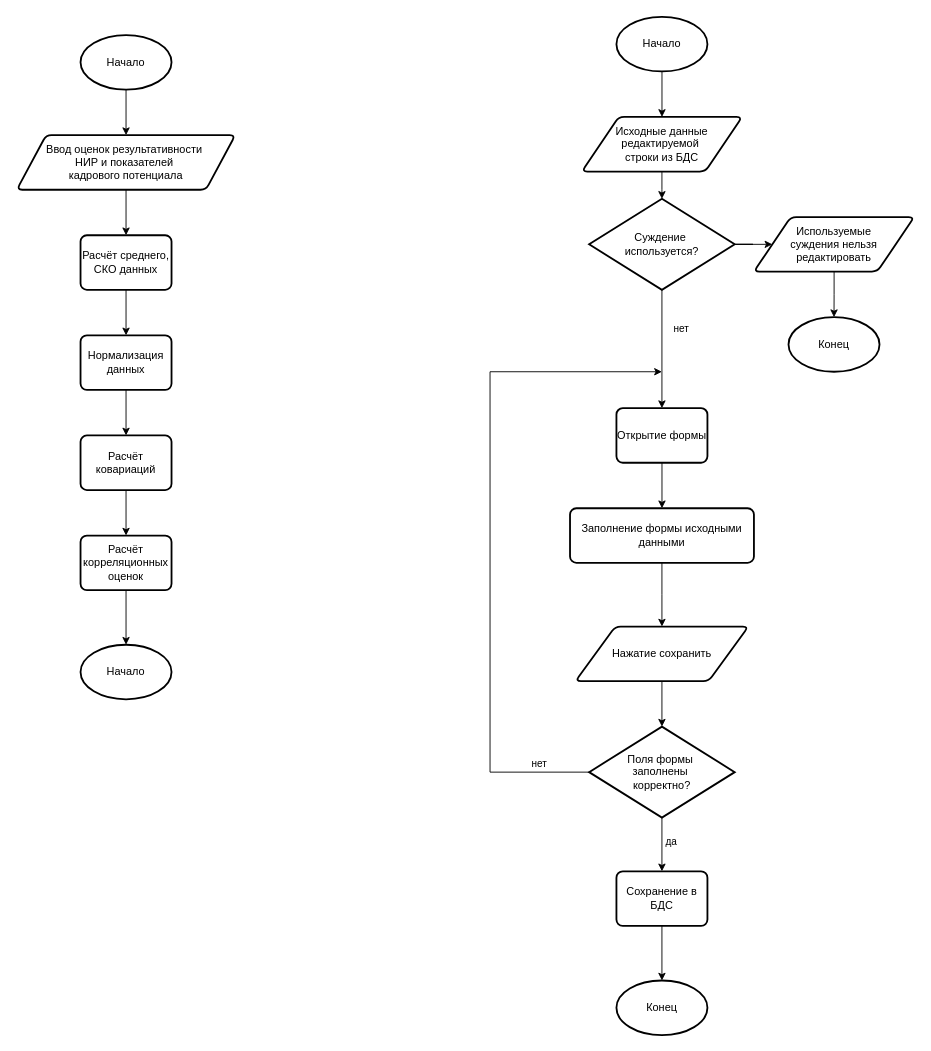
The draw.io diagram Михайловский/Алгоритм 5.2г/Блок-схемы.drawio in ZOaZOaZoa/SPPR, before the edit. Source tidied: cells renumbered, new cells numbered last; positions are measured from the earlier drawing's top-left corner, leaving out a move shared by most shapes. Both pictures are drawn from the tidied source at 91%, with x=0, y=0 at pixel (16, 16).
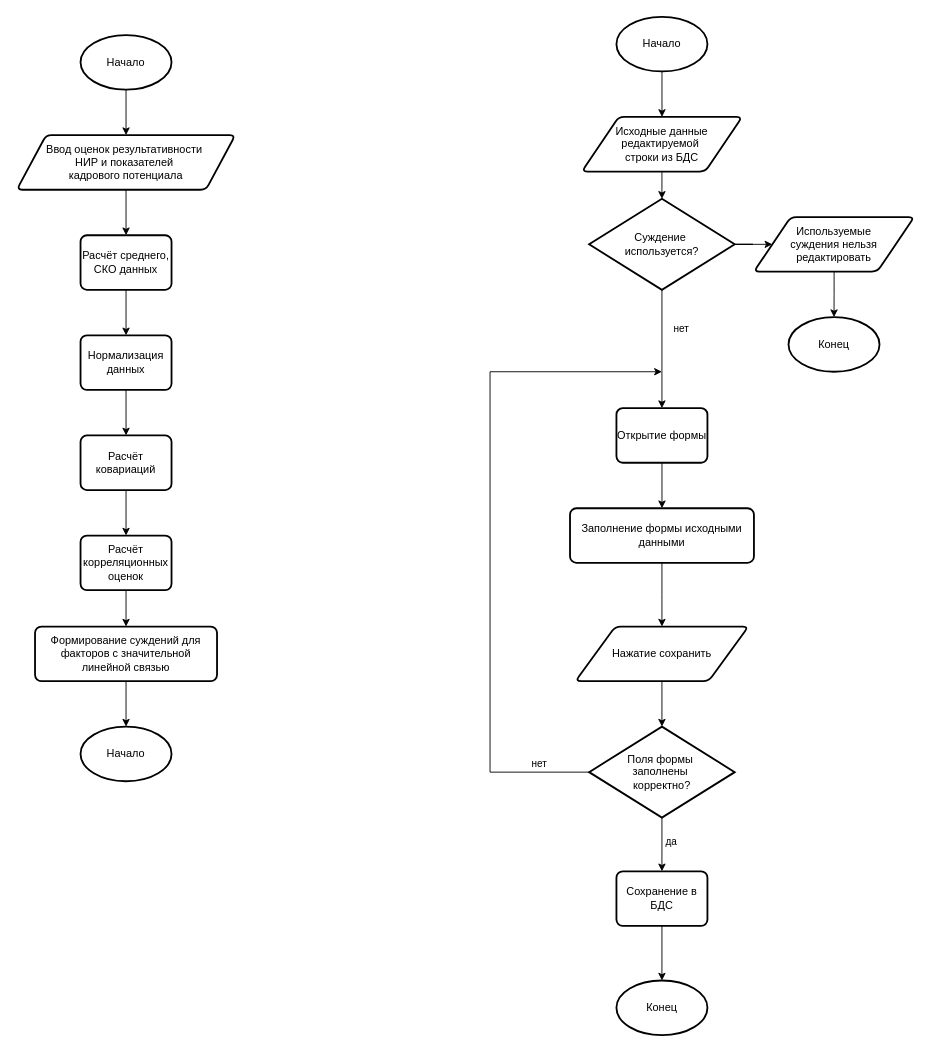
Above is the later version.

Unchanged cells that the change refers to:
```xml
<mxCell id="38" value="Расчёт корреляционных оценок" style="rounded=1;whiteSpace=wrap;html=1;absoluteArcSize=1;arcSize=14;strokeWidth=2;" parent="1" vertex="1">
  <mxGeometry x="70" y="570" width="100" height="60" as="geometry" />
</mxCell>
```

Change to the diagram source:
```diff
@@
-    <mxCell id="37" style="edgeStyle=orthogonalEdgeStyle;rounded=0;jettySize=auto;html=1;" parent="1" edge="1" source="38" target="39">
-      <mxGeometry relative="1" as="geometry" />
-    </mxCell>
+    <mxCell id="40" style="edgeStyle=orthogonalEdgeStyle;rounded=0;jettySize=auto;html=1;entryX=0.5;entryY=0;entryDx=0;entryDy=0;" parent="1" edge="1" source="38" target="41">
+      <mxGeometry relative="1" as="geometry" />
+    </mxCell>
@@
     <mxCell id="39" value="Начало" style="strokeWidth=2;html=1;shape=mxgraph.flowchart.start_1;whiteSpace=wrap;" parent="1" vertex="1">
-      <mxGeometry x="70" y="690" width="100" height="60" as="geometry" />
+      <mxGeometry x="70" y="780" width="100" height="60" as="geometry" />
     </mxCell>
+    <mxCell id="41" value="Формирование суждений для факторов с значительной линейной связью" style="rounded=1;whiteSpace=wrap;html=1;absoluteArcSize=1;arcSize=14;strokeWidth=2;" parent="1" vertex="1">
+      <mxGeometry x="20" y="670" width="200" height="60" as="geometry" />
+    </mxCell>
+    <mxCell id="42" style="edgeStyle=orthogonalEdgeStyle;rounded=0;jettySize=auto;html=1;entryX=0.5;entryY=0;entryDx=0;entryDy=0;entryPerimeter=0;" parent="1" edge="1" source="41" target="39">
+      <mxGeometry relative="1" as="geometry" />
+    </mxCell>
```
